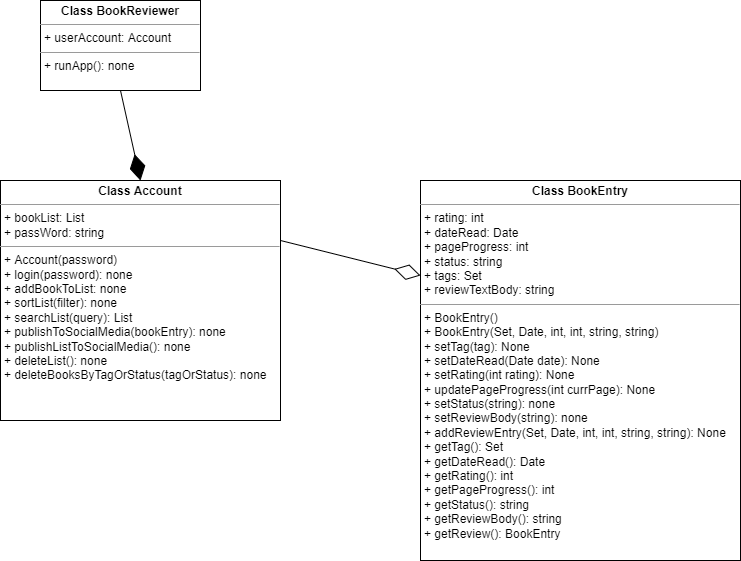
The draw.io diagram specs/system diagrams/inheritance.drawio.png in cse110-fa22-group13/cse110-fa22-group13, before a commit. Source tidied: cells renumbered, new cells last; positions are measured from the earlier drawing's top-left corner, leaving out a move shared by most shapes.
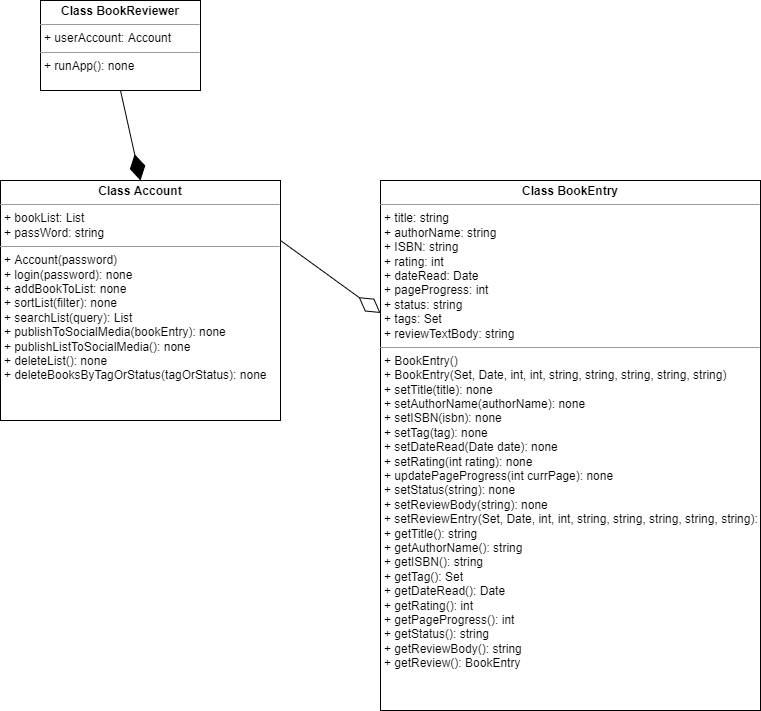
After the commit.

Commit message:
Fix some missing variables in UML

Change to the diagram source:
```diff
@@ -5,8 +5,8 @@
     <mxCell id="2" value="&lt;p style=&quot;margin: 0px ; margin-top: 4px ; text-align: center&quot;&gt;&lt;b&gt;Class Account&lt;/b&gt;&lt;/p&gt;&lt;hr size=&quot;1&quot;&gt;&lt;p style=&quot;margin: 0px ; margin-left: 4px&quot;&gt;+ bookList: List&lt;/p&gt;&lt;p style=&quot;margin: 0px ; margin-left: 4px&quot;&gt;+ passWord: string&lt;/p&gt;&lt;hr size=&quot;1&quot;&gt;&lt;p style=&quot;margin: 0px ; margin-left: 4px&quot;&gt;+ Account(password)&lt;/p&gt;&lt;p style=&quot;margin: 0px ; margin-left: 4px&quot;&gt;+ login(password): none&lt;/p&gt;&lt;p style=&quot;margin: 0px ; margin-left: 4px&quot;&gt;+ addBookToList: none&lt;/p&gt;&lt;p style=&quot;margin: 0px ; margin-left: 4px&quot;&gt;+ sortList(filter): none&lt;/p&gt;&lt;p style=&quot;margin: 0px ; margin-left: 4px&quot;&gt;+ searchList(query): List&lt;/p&gt;&lt;p style=&quot;margin: 0px ; margin-left: 4px&quot;&gt;+ publishToSocialMedia(bookEntry): none&lt;/p&gt;&lt;p style=&quot;margin: 0px ; margin-left: 4px&quot;&gt;+ publishListToSocialMedia(): none&lt;/p&gt;&lt;p style=&quot;margin: 0px ; margin-left: 4px&quot;&gt;+ deleteList(): none&lt;/p&gt;&lt;p style=&quot;margin: 0px ; margin-left: 4px&quot;&gt;+ deleteBooksByTagOrStatus(tagOrStatus): none&lt;/p&gt;" style="verticalAlign=top;align=left;overflow=fill;fontSize=12;fontFamily=Helvetica;html=1;" parent="1" vertex="1">
       <mxGeometry y="180" width="280" height="240" as="geometry" />
     </mxCell>
-    <mxCell id="3" value="&lt;p style=&quot;margin: 0px ; margin-top: 4px ; text-align: center&quot;&gt;&lt;b&gt;Class BookEntry&lt;/b&gt;&lt;/p&gt;&lt;hr size=&quot;1&quot;&gt;&lt;p style=&quot;margin: 0px ; margin-left: 4px&quot;&gt;+ rating: int&lt;/p&gt;&lt;p style=&quot;margin: 0px ; margin-left: 4px&quot;&gt;+ dateRead: Date&lt;/p&gt;&lt;p style=&quot;margin: 0px ; margin-left: 4px&quot;&gt;+ pageProgress: int&lt;/p&gt;&lt;p style=&quot;margin: 0px ; margin-left: 4px&quot;&gt;+ status: string&lt;/p&gt;&lt;p style=&quot;margin: 0px ; margin-left: 4px&quot;&gt;+ tags: Set&lt;br&gt;+ reviewTextBody: string&lt;/p&gt;&lt;hr size=&quot;1&quot;&gt;&lt;p style=&quot;margin: 0px ; margin-left: 4px&quot;&gt;+ BookEntry()&lt;/p&gt;&lt;p style=&quot;margin: 0px ; margin-left: 4px&quot;&gt;+ BookEntry(Set, Date, int, int, string, string)&lt;br&gt;&lt;/p&gt;&lt;p style=&quot;margin: 0px ; margin-left: 4px&quot;&gt;+ setTag(tag): None&lt;br&gt;&lt;/p&gt;&lt;p style=&quot;margin: 0px ; margin-left: 4px&quot;&gt;+ setDateRead(Date date): None&lt;br&gt;+ setRating(int rating): None&lt;br&gt;&lt;/p&gt;&lt;p style=&quot;margin: 0px ; margin-left: 4px&quot;&gt;+ updatePageProgress(int currPage): None&lt;br&gt;&lt;/p&gt;&lt;p style=&quot;margin: 0px ; margin-left: 4px&quot;&gt;+ setStatus(string): none&lt;/p&gt;&lt;p style=&quot;margin: 0px ; margin-left: 4px&quot;&gt;+ setReviewBody(string): none&lt;/p&gt;&lt;p style=&quot;margin: 0px ; margin-left: 4px&quot;&gt;+ addReviewEntry(Set, Date, int, int, string, string): None&lt;/p&gt;&lt;p style=&quot;margin: 0px 0px 0px 4px&quot;&gt;+ getTag(): Set&lt;/p&gt;&lt;p style=&quot;margin: 0px 0px 0px 4px&quot;&gt;+ getDateRead(): Date&lt;/p&gt;&lt;p style=&quot;margin: 0px 0px 0px 4px&quot;&gt;+ getRating(): int&lt;/p&gt;&lt;p style=&quot;margin: 0px 0px 0px 4px&quot;&gt;+ getPageProgress(): int&lt;/p&gt;&lt;p style=&quot;margin: 0px 0px 0px 4px&quot;&gt;+ getStatus(): string&lt;br&gt;&lt;/p&gt;&lt;p style=&quot;margin: 0px 0px 0px 4px&quot;&gt;+ getReviewBody(): string&lt;br&gt;&lt;/p&gt;&lt;p style=&quot;margin: 0px 0px 0px 4px&quot;&gt;+ getReview(): BookEntry&lt;/p&gt;" style="verticalAlign=top;align=left;overflow=fill;fontSize=12;fontFamily=Helvetica;html=1;" parent="1" vertex="1">
-      <mxGeometry x="420" y="180" width="320" height="380" as="geometry" />
+    <mxCell id="3" value="&lt;p style=&quot;margin: 4px 0px 0px ; text-align: center&quot;&gt;&lt;b&gt;Class BookEntry&lt;/b&gt;&lt;/p&gt;&lt;hr size=&quot;1&quot;&gt;&lt;p style=&quot;margin: 0px 0px 0px 4px&quot;&gt;+ title: string&lt;/p&gt;&lt;p style=&quot;margin: 0px 0px 0px 4px&quot;&gt;+ authorName: string&lt;/p&gt;&lt;p style=&quot;margin: 0px 0px 0px 4px&quot;&gt;+ ISBN: string&lt;/p&gt;&lt;p style=&quot;margin: 0px 0px 0px 4px&quot;&gt;+ rating: int&lt;/p&gt;&lt;p style=&quot;margin: 0px 0px 0px 4px&quot;&gt;+ dateRead: Date&lt;/p&gt;&lt;p style=&quot;margin: 0px 0px 0px 4px&quot;&gt;+ pageProgress: int&lt;/p&gt;&lt;p style=&quot;margin: 0px 0px 0px 4px&quot;&gt;+ status: string&lt;/p&gt;&lt;p style=&quot;margin: 0px 0px 0px 4px&quot;&gt;+ tags: Set&lt;br&gt;+ reviewTextBody: string&lt;/p&gt;&lt;hr size=&quot;1&quot;&gt;&lt;p style=&quot;margin: 0px 0px 0px 4px&quot;&gt;+ BookEntry()&lt;/p&gt;&lt;p style=&quot;margin: 0px 0px 0px 4px&quot;&gt;+ BookEntry(Set, Date, int, int, string, string, string, string, string)&lt;br&gt;&lt;/p&gt;&lt;p style=&quot;margin: 0px 0px 0px 4px&quot;&gt;+ setTitle(title): none&lt;/p&gt;&lt;p style=&quot;margin: 0px 0px 0px 4px&quot;&gt;+ setAuthorName(authorName): none&lt;/p&gt;&lt;p style=&quot;margin: 0px 0px 0px 4px&quot;&gt;+ setISBN(isbn): none&lt;/p&gt;&lt;p style=&quot;margin: 0px 0px 0px 4px&quot;&gt;+ setTag(tag): none&lt;br&gt;&lt;/p&gt;&lt;p style=&quot;margin: 0px 0px 0px 4px&quot;&gt;+ setDateRead(Date date): none&lt;br&gt;+ setRating(int rating): none&lt;br&gt;&lt;/p&gt;&lt;p style=&quot;margin: 0px 0px 0px 4px&quot;&gt;+ updatePageProgress(int currPage): none&lt;br&gt;&lt;/p&gt;&lt;p style=&quot;margin: 0px 0px 0px 4px&quot;&gt;+ setStatus(string): none&lt;/p&gt;&lt;p style=&quot;margin: 0px 0px 0px 4px&quot;&gt;+ setReviewBody(string): none&lt;/p&gt;&lt;p style=&quot;margin: 0px 0px 0px 4px&quot;&gt;+ setReviewEntry(Set, Date, int, int, string, string, string, string, string): none&lt;/p&gt;&lt;p style=&quot;margin: 0px 0px 0px 4px&quot;&gt;+ getTitle(): string&lt;/p&gt;&lt;p style=&quot;margin: 0px 0px 0px 4px&quot;&gt;+ getAuthorName(): string&lt;/p&gt;&lt;p style=&quot;margin: 0px 0px 0px 4px&quot;&gt;+ getISBN(): string&lt;/p&gt;&lt;p style=&quot;margin: 0px 0px 0px 4px&quot;&gt;+ getTag(): Set&lt;/p&gt;&lt;p style=&quot;margin: 0px 0px 0px 4px&quot;&gt;+ getDateRead(): Date&lt;/p&gt;&lt;p style=&quot;margin: 0px 0px 0px 4px&quot;&gt;+ getRating(): int&lt;/p&gt;&lt;p style=&quot;margin: 0px 0px 0px 4px&quot;&gt;+ getPageProgress(): int&lt;/p&gt;&lt;p style=&quot;margin: 0px 0px 0px 4px&quot;&gt;+ getStatus(): string&lt;br&gt;&lt;/p&gt;&lt;p style=&quot;margin: 0px 0px 0px 4px&quot;&gt;+ getReviewBody(): string&lt;br&gt;&lt;/p&gt;&lt;p style=&quot;margin: 0px 0px 0px 4px&quot;&gt;+ getReview(): BookEntry&lt;/p&gt;" style="verticalAlign=top;align=left;overflow=fill;fontSize=12;fontFamily=Helvetica;html=1;" parent="1" vertex="1">
+      <mxGeometry x="380" y="180" width="380" height="530" as="geometry" />
     </mxCell>
     <mxCell id="4" value="&lt;p style=&quot;margin:0px;margin-top:4px;text-align:center;&quot;&gt;&lt;b&gt;Class BookReviewer&lt;/b&gt;&lt;/p&gt;&lt;hr size=&quot;1&quot;&gt;&lt;p style=&quot;margin:0px;margin-left:4px;&quot;&gt;+ userAccount: Account&lt;/p&gt;&lt;hr size=&quot;1&quot;&gt;&lt;p style=&quot;margin:0px;margin-left:4px;&quot;&gt;+ runApp(): none&lt;br&gt;&lt;br&gt;&lt;br&gt;&lt;/p&gt;" style="verticalAlign=top;align=left;overflow=fill;fontSize=12;fontFamily=Helvetica;html=1;" parent="1" vertex="1">
       <mxGeometry x="40" width="160" height="90" as="geometry" />
```
